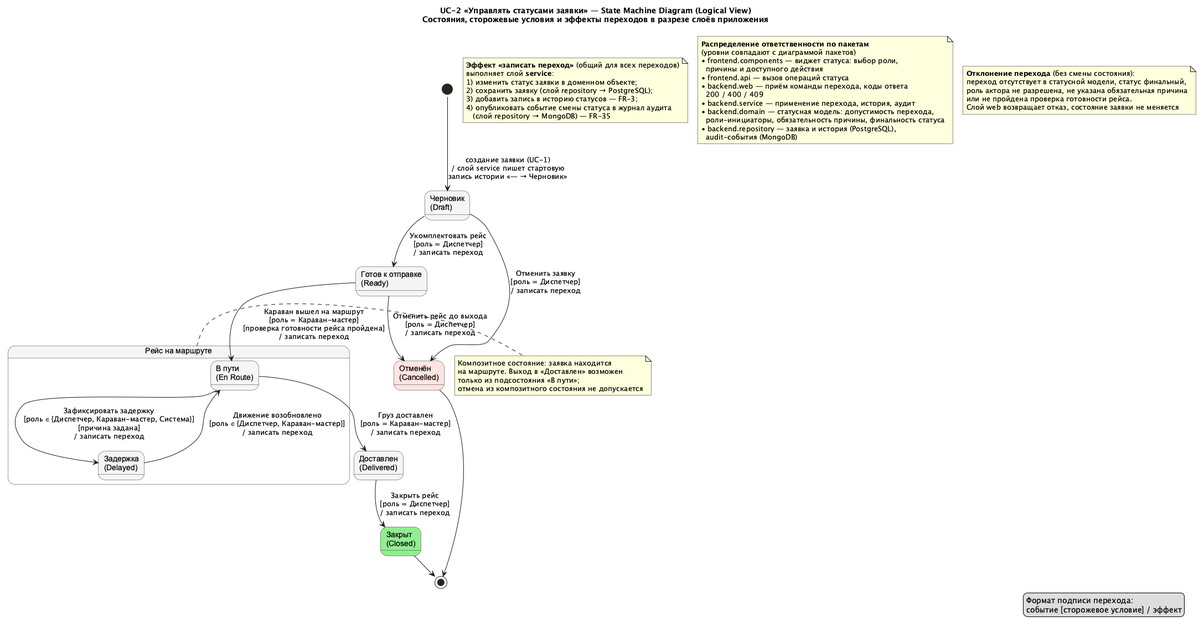
Above: docs/diagrams/out/SM_UC2_LogicalView.png in granikartem/MPI (PlantUML), before the change. Source of this version:
```plantuml
@startuml SM_UC2_LogicalView
!pragma layout smetana
skinparam shadowing false
skinparam state {
  BackgroundColor #F5F5F5
  BorderColor #333333
  FontName Arial
}

title UC-2 «Управлять статусами заявки» — State Machine Diagram (Logical View)\nСостояния, сторожевые условия и эффекты переходов в разрезе слоёв приложения

state "Черновик\n(Draft)" as Draft
state "Готов к отправке\n(Ready)" as Ready

state "Рейс на маршруте" as OnRoute {
  state "В пути\n(En Route)" as EnRoute
  state "Задержка\n(Delayed)" as Delayed

  EnRoute --> Delayed : Зафиксировать задержку\n[роль ∈ {Диспетчер, Караван-мастер, Система}]\n[причина задана]\n/ записать переход
  Delayed --> EnRoute : Движение возобновлено\n[роль ∈ {Диспетчер, Караван-мастер}]\n/ записать переход
}

state "Доставлен\n(Delivered)" as Delivered
state "Закрыт\n(Closed)" as Closed #LightGreen
state "Отменён\n(Cancelled)" as Cancelled #MistyRose

[*] --> Draft : создание заявки (UC-1)\n/ слой service пишет стартовую\nзапись истории «— → Черновик»

Draft --> Ready : Укомплектовать рейс\n[роль = Диспетчер]\n/ записать переход
Draft --> Cancelled : Отменить заявку\n[роль = Диспетчер]\n/ записать переход

Ready --> EnRoute : Караван вышел на маршрут\n[роль = Караван-мастер]\n[проверка готовности рейса пройдена]\n/ записать переход
Ready --> Cancelled : Отменить рейс до выхода\n[роль = Диспетчер]\n/ записать переход

EnRoute --> Delivered : Груз доставлен\n[роль = Караван-мастер]\n/ записать переход
Delivered --> Closed : Закрыть рейс\n[роль = Диспетчер]\n/ записать переход

Closed --> [*]
Cancelled --> [*]

note right of OnRoute
  Композитное состояние: заявка находится
  на маршруте. Выход в «Доставлен» возможен
  только из подсостояния «В пути»;
  отмена из композитного состояния не допускается
end note

note as N_Effect
  **Эффект «записать переход»** (общий для всех переходов)
  выполняет слой **service**:
  1) изменить статус заявки в доменном объекте;
  2) сохранить заявку (слой repository → PostgreSQL);
  3) добавить запись в историю статусов — FR-3;
  4) опубликовать событие смены статуса в журнал аудита
     (слой repository → MongoDB) — FR-35
end note

note as N_Layers
  **Распределение ответственности по пакетам**
  (уровни совпадают с диаграммой пакетов)
  • frontend.components — виджет статуса: выбор роли,
    причины и доступного действия
  • frontend.api — вызов операций статуса
  • backend.web — приём команды перехода, коды ответа
    200 / 400 / 409
  • backend.service — применение перехода, история, аудит
  • backend.domain — статусная модель: допустимость перехода,
    роли-инициаторы, обязательность причины, финальность статуса
  • backend.repository — заявка и история (PostgreSQL),
    audit-события (MongoDB)
end note

note as N_Reject
  **Отклонение перехода** (без смены состояния):
  переход отсутствует в статусной модели, статус финальный,
  роль актора не разрешена, не указана обязательная причина
  или не пройдена проверка готовности рейса.
  Слой web возвращает отказ, состояние заявки не меняется
end note

legend right
  Формат подписи перехода:
  событие [сторожевое условие] / эффект
endlegend
@enduml
```
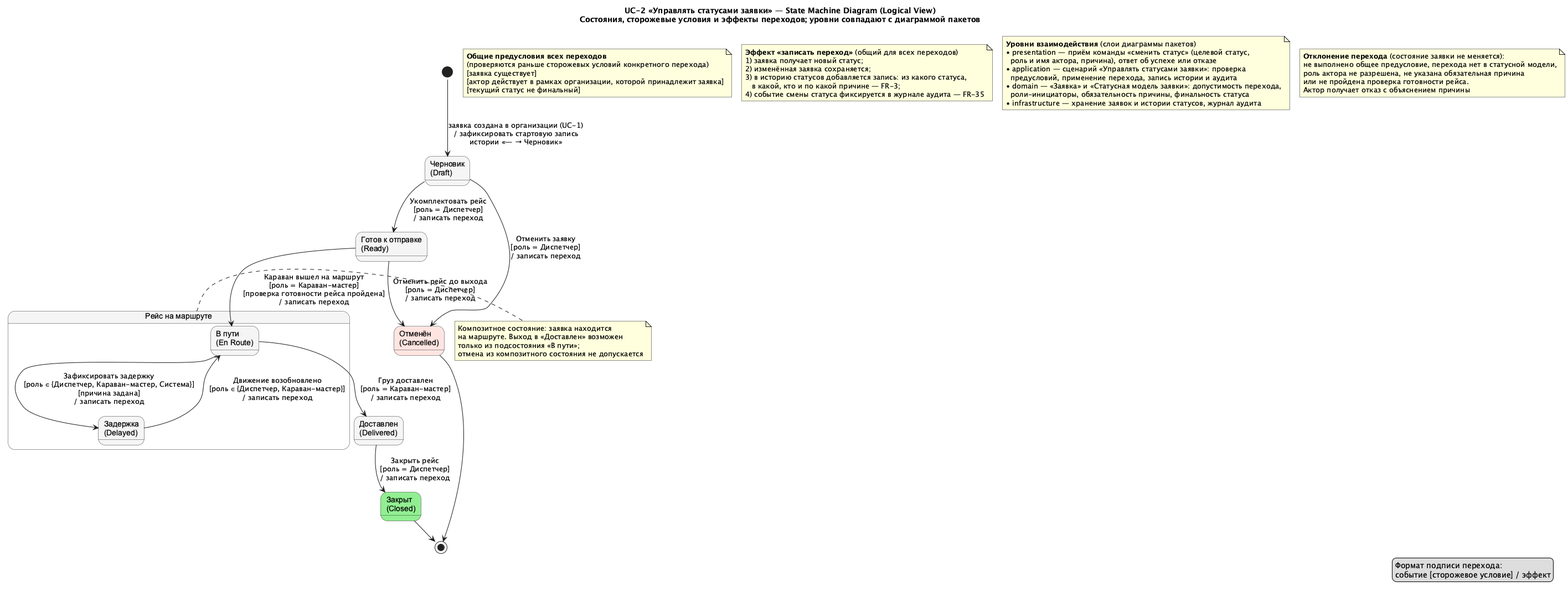
The same file after the commit.

Change to the diagram source:
```diff
@@ -7,7 +7,7 @@
   FontName Arial
 }
 
-title UC-2 «Управлять статусами заявки» — State Machine Diagram (Logical View)\nСостояния, сторожевые условия и эффекты переходов в разрезе слоёв приложения
+title UC-2 «Управлять статусами заявки» — State Machine Diagram (Logical View)\nСостояния, сторожевые условия и эффекты переходов; уровни совпадают с диаграммой пакетов
 
 state "Черновик\n(Draft)" as Draft
 state "Готов к отправке\n(Ready)" as Ready
@@ -24,7 +24,7 @@
 state "Закрыт\n(Closed)" as Closed #LightGreen
 state "Отменён\n(Cancelled)" as Cancelled #MistyRose
 
-[*] --> Draft : создание заявки (UC-1)\n/ слой service пишет стартовую\nзапись истории «— → Черновик»
+[*] --> Draft : заявка создана в организации (UC-1)\n/ зафиксировать стартовую запись\nистории «— → Черновик»
 
 Draft --> Ready : Укомплектовать рейс\n[роль = Диспетчер]\n/ записать переход
 Draft --> Cancelled : Отменить заявку\n[роль = Диспетчер]\n/ записать переход
@@ -45,37 +45,40 @@
   отмена из композитного состояния не допускается
 end note
 
+note as N_Pre
+  **Общие предусловия всех переходов**
+  (проверяются раньше сторожевых условий конкретного перехода)
+  [заявка существует]
+  [актор действует в рамках организации, которой принадлежит заявка]
+  [текущий статус не финальный]
+end note
+
 note as N_Effect
   **Эффект «записать переход»** (общий для всех переходов)
-  выполняет слой **service**:
-  1) изменить статус заявки в доменном объекте;
-  2) сохранить заявку (слой repository → PostgreSQL);
-  3) добавить запись в историю статусов — FR-3;
-  4) опубликовать событие смены статуса в журнал аудита
-     (слой repository → MongoDB) — FR-35
+  1) заявка получает новый статус;
+  2) изменённая заявка сохраняется;
+  3) в историю статусов добавляется запись: из какого статуса,
+     в какой, кто и по какой причине — FR-3;
+  4) событие смены статуса фиксируется в журнале аудита — FR-35
 end note
 
 note as N_Layers
-  **Распределение ответственности по пакетам**
-  (уровни совпадают с диаграммой пакетов)
-  • frontend.components — виджет статуса: выбор роли,
-    причины и доступного действия
-  • frontend.api — вызов операций статуса
-  • backend.web — приём команды перехода, коды ответа
-    200 / 400 / 409
-  • backend.service — применение перехода, история, аудит
-  • backend.domain — статусная модель: допустимость перехода,
+  **Уровни взаимодействия** (слои диаграммы пакетов)
+  • presentation — приём команды «сменить статус» (целевой статус,
+    роль и имя актора, причина), ответ об успехе или отказе
+  • application — сценарий «Управлять статусами заявки»: проверка
+    предусловий, применение перехода, запись истории и аудита
+  • domain — «Заявка» и «Статусная модель заявки»: допустимость перехода,
     роли-инициаторы, обязательность причины, финальность статуса
-  • backend.repository — заявка и история (PostgreSQL),
-    audit-события (MongoDB)
+  • infrastructure — хранение заявок и истории статусов, журнал аудита
 end note
 
 note as N_Reject
-  **Отклонение перехода** (без смены состояния):
-  переход отсутствует в статусной модели, статус финальный,
+  **Отклонение перехода** (состояние заявки не меняется):
+  не выполнено общее предусловие, перехода нет в статусной модели,
   роль актора не разрешена, не указана обязательная причина
   или не пройдена проверка готовности рейса.
-  Слой web возвращает отказ, состояние заявки не меняется
+  Актор получает отказ с объяснением причины
 end note
 
 legend right
```
